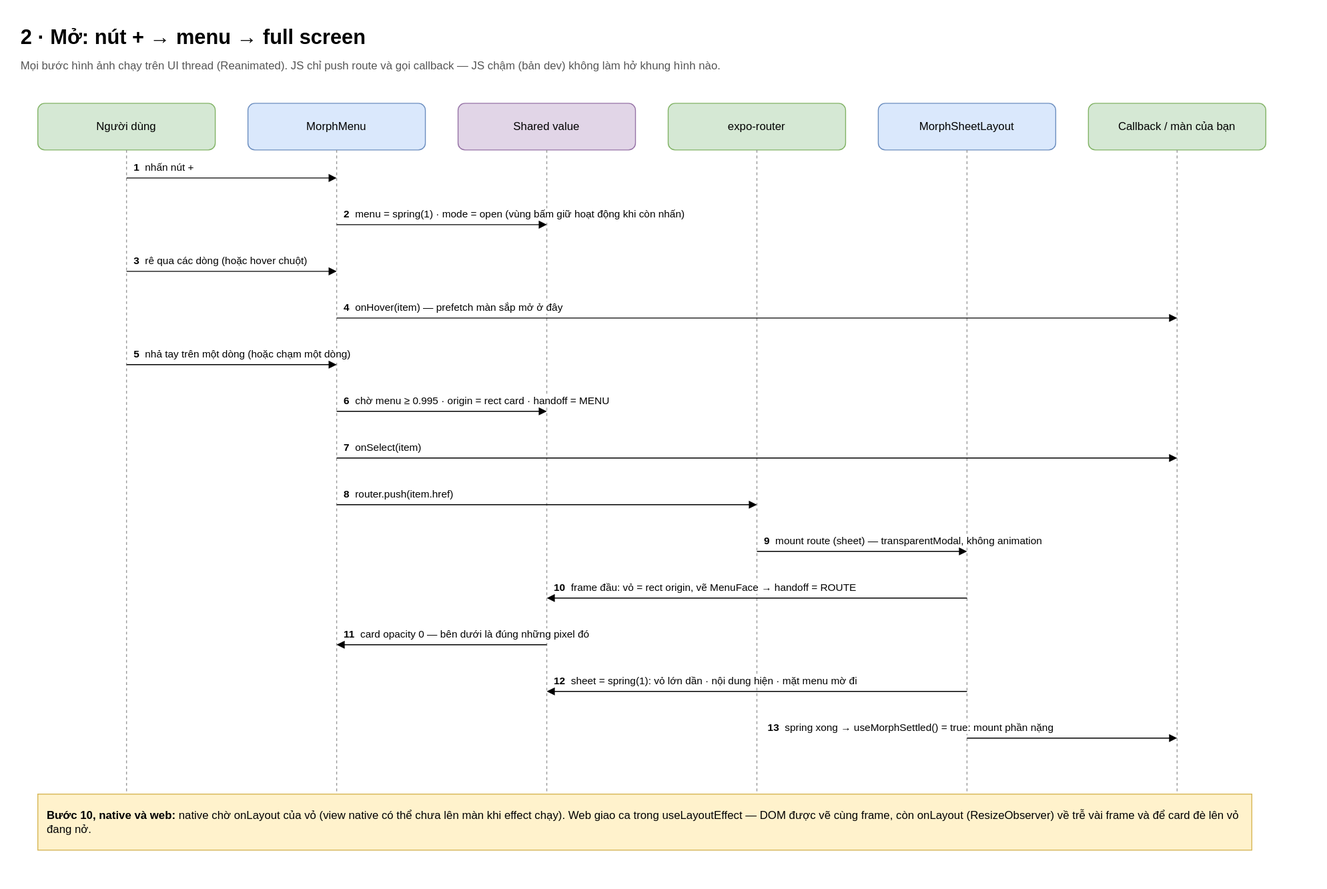
This is docs/diagrams/svg/vi/2-opening.svg from anhtuank7c/expo-morph-menu, a draw.io export, as it was before one commit. Source tidied: cells renumbered, new cells last; positions are measured from the earlier drawing's top-left corner, leaving out a move shared by most shapes.
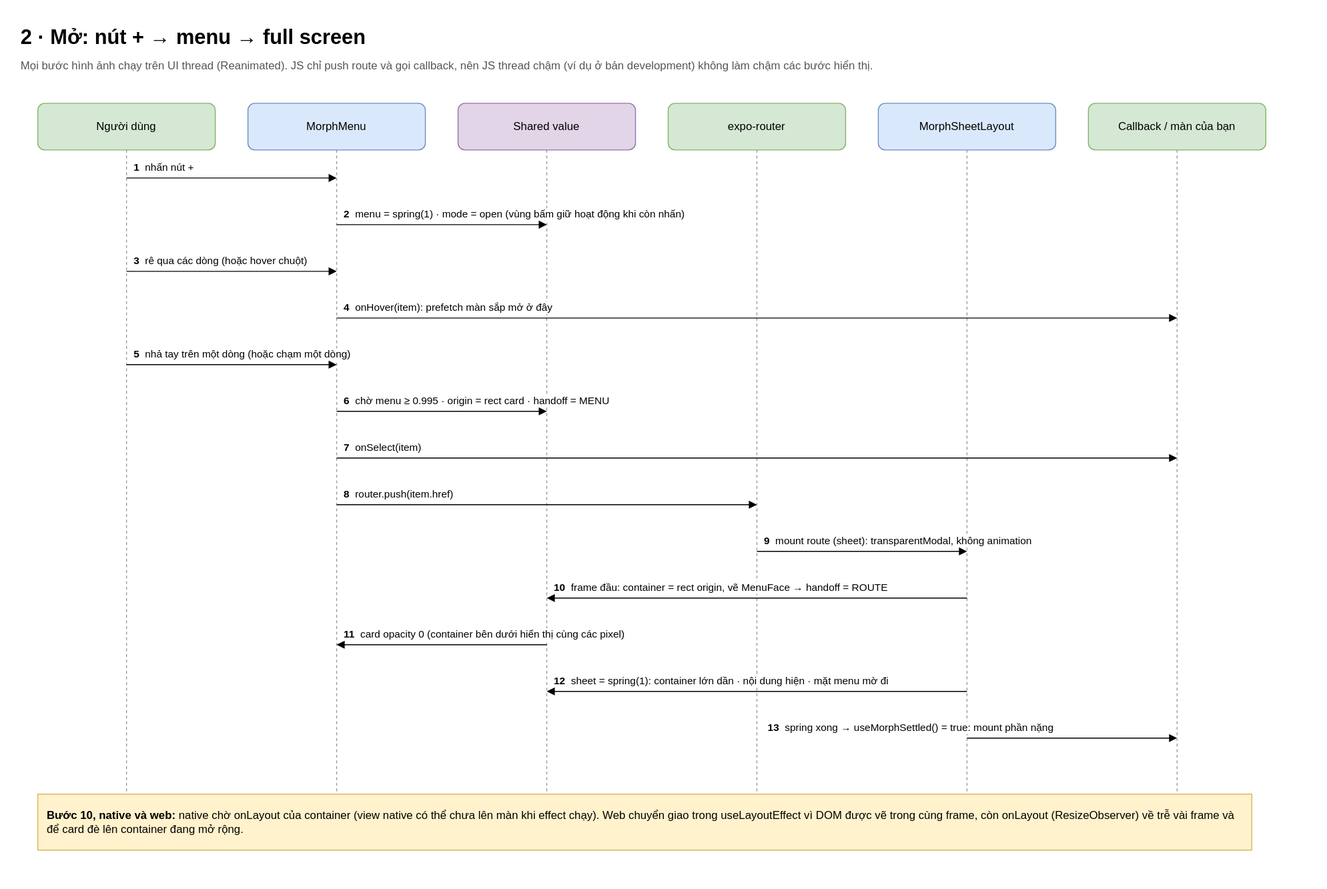
The same diagram one commit later.

Diff of the diagram source:
```diff
@@ -5,7 +5,7 @@
     <mxCell id="2" value="2 · Mở: nút + → menu → full screen" style="text;html=1;fontSize=22;fontStyle=1;align=left;verticalAlign=top;" parent="1" vertex="1">
       <mxGeometry width="900" height="34" as="geometry" />
     </mxCell>
-    <mxCell id="3" value="Mọi bước hình ảnh chạy trên UI thread (Reanimated). JS chỉ push route và gọi callback — JS chậm (bản dev) không làm hở khung hình nào." style="text;html=1;fontSize=12;fontColor=#555555;align=left;verticalAlign=top;whiteSpace=wrap;" parent="1" vertex="1">
+    <mxCell id="3" value="Mọi bước hình ảnh chạy trên UI thread (Reanimated). JS chỉ push route và gọi callback, nên JS thread chậm (ví dụ ở bản development) không làm chậm các bước hiển thị." style="text;html=1;fontSize=12;fontColor=#555555;align=left;verticalAlign=top;whiteSpace=wrap;" parent="1" vertex="1">
       <mxGeometry y="36" width="1250" height="40" as="geometry" />
     </mxCell>
     <mxCell id="4" value="Người dùng" style="rounded=1;whiteSpace=wrap;html=1;fillColor=#d5e8d4;strokeColor=#82b366;" parent="1" vertex="1">
@@ -95,7 +95,7 @@
         <mxPoint x="1240" y="320" as="targetPoint" />
       </mxGeometry>
     </mxCell>
-    <mxCell id="23" value="&lt;b&gt;4&lt;/b&gt;&amp;nbsp; onHover(item) — prefetch màn sắp mở ở đây" style="text;html=1;fontSize=11;align=left;verticalAlign=bottom;whiteSpace=wrap;labelBackgroundColor=#ffffff;" parent="1" vertex="1">
+    <mxCell id="23" value="&lt;b&gt;4&lt;/b&gt;&amp;nbsp; onHover(item): prefetch màn sắp mở ở đây" style="text;html=1;fontSize=11;align=left;verticalAlign=bottom;whiteSpace=wrap;labelBackgroundColor=#ffffff;" parent="1" vertex="1">
       <mxGeometry x="346" y="286" width="888" height="32" as="geometry" />
     </mxCell>
     <mxCell id="24" style="endArrow=block;endFill=1;html=1;" parent="1" edge="1">
@@ -140,7 +140,7 @@
         <mxPoint x="1015" y="570" as="targetPoint" />
       </mxGeometry>
     </mxCell>
-    <mxCell id="33" value="&lt;b&gt;9&lt;/b&gt;&amp;nbsp; mount route (sheet) — transparentModal, không animation" style="text;html=1;fontSize=11;align=left;verticalAlign=bottom;whiteSpace=wrap;labelBackgroundColor=#ffffff;" parent="1" vertex="1">
+    <mxCell id="33" value="&lt;b&gt;9&lt;/b&gt;&amp;nbsp; mount route (sheet): transparentModal, không animation" style="text;html=1;fontSize=11;align=left;verticalAlign=bottom;whiteSpace=wrap;labelBackgroundColor=#ffffff;" parent="1" vertex="1">
       <mxGeometry x="796" y="536" width="560" height="32" as="geometry" />
     </mxCell>
     <mxCell id="34" style="endArrow=block;endFill=1;html=1;" parent="1" edge="1">
@@ -149,7 +149,7 @@
         <mxPoint x="565" y="620" as="targetPoint" />
       </mxGeometry>
     </mxCell>
-    <mxCell id="35" value="&lt;b&gt;10&lt;/b&gt;&amp;nbsp; frame đầu: vỏ = rect origin, vẽ MenuFace → handoff = ROUTE" style="text;html=1;fontSize=11;align=left;verticalAlign=bottom;whiteSpace=wrap;labelBackgroundColor=#ffffff;" parent="1" vertex="1">
+    <mxCell id="35" value="&lt;b&gt;10&lt;/b&gt;&amp;nbsp; frame đầu: container = rect origin, vẽ MenuFace → handoff = ROUTE" style="text;html=1;fontSize=11;align=left;verticalAlign=bottom;whiteSpace=wrap;labelBackgroundColor=#ffffff;" parent="1" vertex="1">
       <mxGeometry x="571" y="586" width="560" height="32" as="geometry" />
     </mxCell>
     <mxCell id="36" style="endArrow=block;endFill=1;html=1;" parent="1" edge="1">
@@ -158,7 +158,7 @@
         <mxPoint x="340" y="670" as="targetPoint" />
       </mxGeometry>
     </mxCell>
-    <mxCell id="37" value="&lt;b&gt;11&lt;/b&gt;&amp;nbsp; card opacity 0 — bên dưới là đúng những pixel đó" style="text;html=1;fontSize=11;align=left;verticalAlign=bottom;whiteSpace=wrap;labelBackgroundColor=#ffffff;" parent="1" vertex="1">
+    <mxCell id="37" value="&lt;b&gt;11&lt;/b&gt;&amp;nbsp; card opacity 0 (container bên dưới hiển thị cùng các pixel)" style="text;html=1;fontSize=11;align=left;verticalAlign=bottom;whiteSpace=wrap;labelBackgroundColor=#ffffff;" parent="1" vertex="1">
       <mxGeometry x="346" y="636" width="560" height="32" as="geometry" />
     </mxCell>
     <mxCell id="38" style="endArrow=block;endFill=1;html=1;" parent="1" edge="1">
@@ -167,7 +167,7 @@
         <mxPoint x="565" y="720" as="targetPoint" />
       </mxGeometry>
     </mxCell>
-    <mxCell id="39" value="&lt;b&gt;12&lt;/b&gt;&amp;nbsp; sheet = spring(1): vỏ lớn dần · nội dung hiện · mặt menu mờ đi" style="text;html=1;fontSize=11;align=left;verticalAlign=bottom;whiteSpace=wrap;labelBackgroundColor=#ffffff;" parent="1" vertex="1">
+    <mxCell id="39" value="&lt;b&gt;12&lt;/b&gt;&amp;nbsp; sheet = spring(1): container lớn dần · nội dung hiện · mặt menu mờ đi" style="text;html=1;fontSize=11;align=left;verticalAlign=bottom;whiteSpace=wrap;labelBackgroundColor=#ffffff;" parent="1" vertex="1">
       <mxGeometry x="571" y="686" width="560" height="32" as="geometry" />
     </mxCell>
     <mxCell id="40" style="endArrow=block;endFill=1;html=1;" parent="1" edge="1">
@@ -179,7 +179,7 @@
     <mxCell id="41" value="&lt;b&gt;13&lt;/b&gt;&amp;nbsp; spring xong → useMorphSettled() = true: mount phần nặng" style="text;html=1;fontSize=11;align=left;verticalAlign=bottom;whiteSpace=wrap;labelBackgroundColor=#ffffff;" parent="1" vertex="1">
       <mxGeometry x="800" y="736" width="560" height="32" as="geometry" />
     </mxCell>
-    <mxCell id="42" value="&lt;b&gt;Bước 10, native và web:&lt;/b&gt; native chờ onLayout của vỏ (view native có thể chưa lên màn khi effect chạy). Web giao ca trong useLayoutEffect — DOM được vẽ cùng frame, còn onLayout (ResizeObserver) về trễ vài frame và để card đè lên vỏ đang nở." style="rounded=0;whiteSpace=wrap;html=1;fillColor=#fff2cc;strokeColor=#d6b656;align=left;spacingLeft=8;spacingRight=8;" parent="1" vertex="1">
+    <mxCell id="42" value="&lt;b&gt;Bước 10, native và web:&lt;/b&gt; native chờ onLayout của container (view native có thể chưa lên màn khi effect chạy). Web chuyển giao trong useLayoutEffect vì DOM được vẽ trong cùng frame, còn onLayout (ResizeObserver) về trễ vài frame và để card đè lên container đang mở rộng." style="rounded=0;whiteSpace=wrap;html=1;fillColor=#fff2cc;strokeColor=#d6b656;align=left;spacingLeft=8;spacingRight=8;" parent="1" vertex="1">
       <mxGeometry x="20" y="830" width="1300" height="60" as="geometry" />
     </mxCell>
   </root>
```
